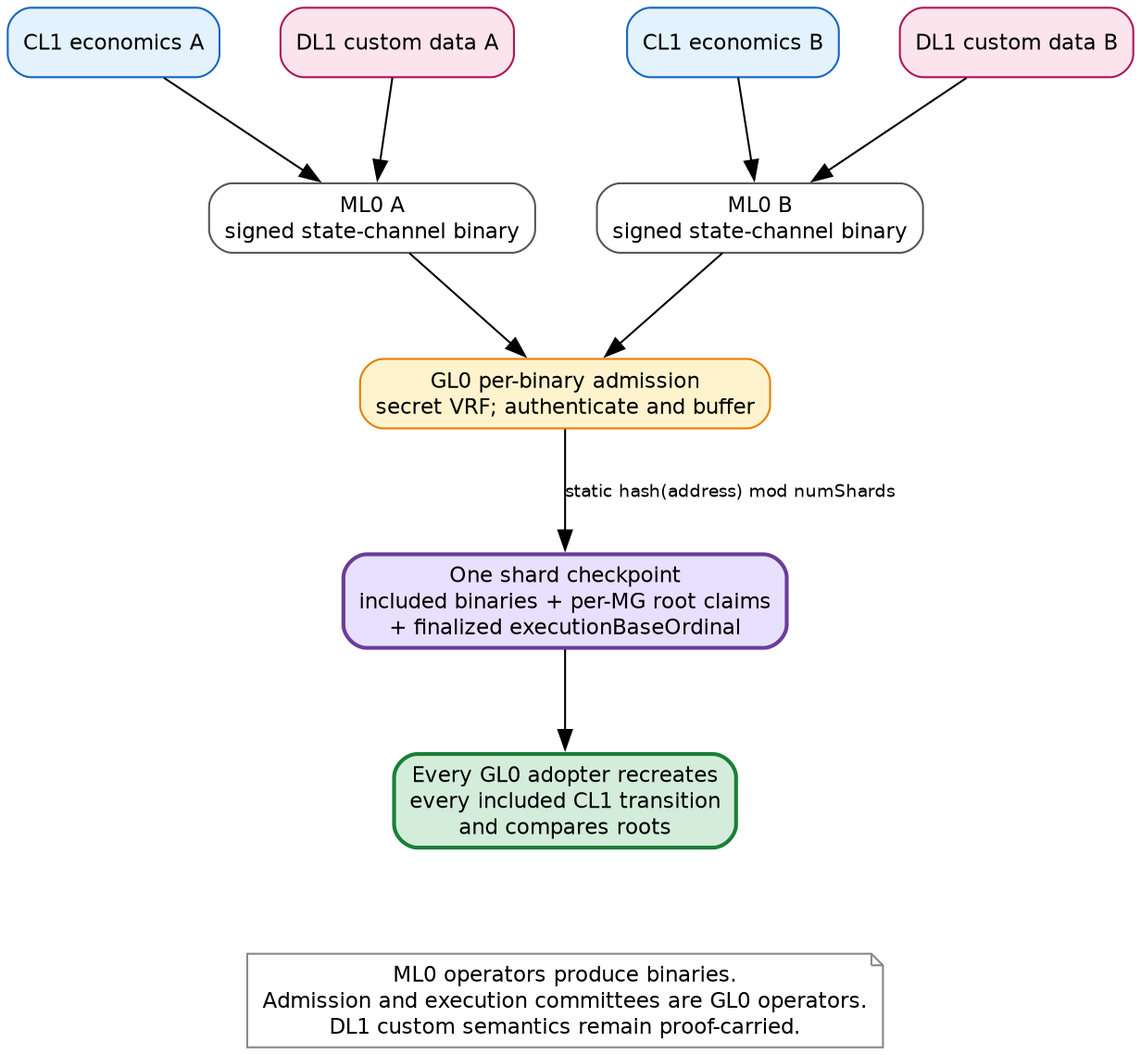
Earlier version of the Graphviz export docs/nakamoto/diagrams/2-metagraph-to-shard.png (ottobot-ai/tessellation). Its source is kept beside it as docs/nakamoto/diagrams/2-metagraph-to-shard.dot.
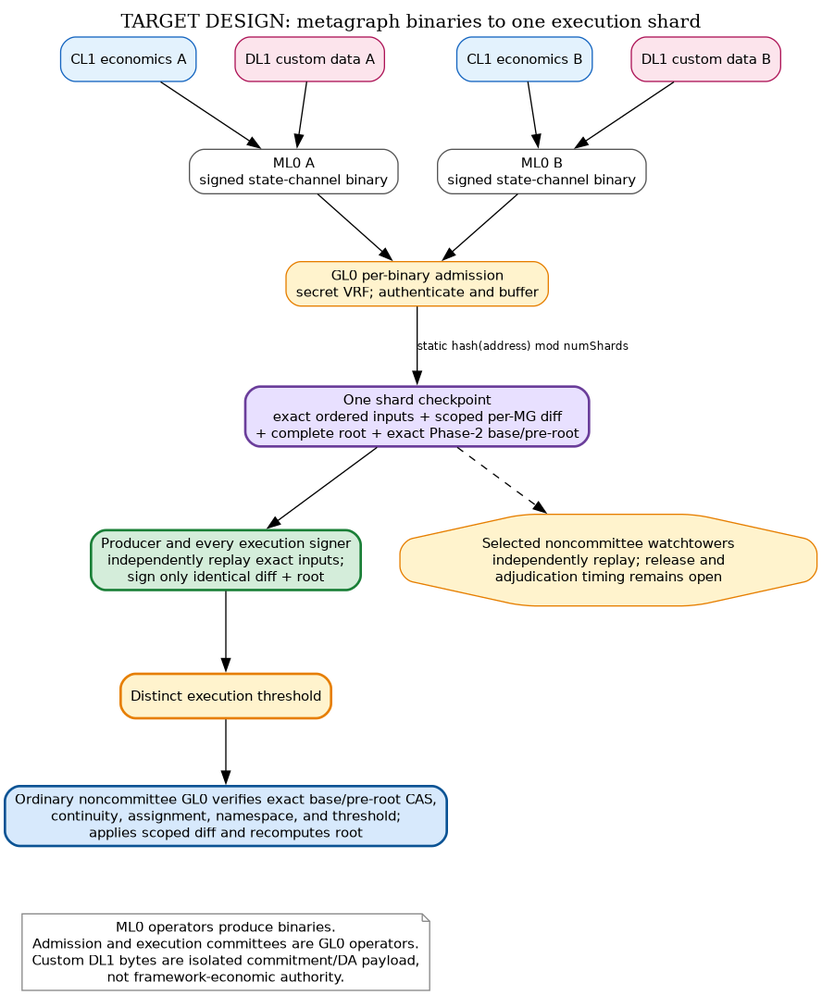
Above is the later version.

What changed in the source:
```diff
@@ -1,5 +1,8 @@
 
 digraph metagraph_to_shard {
+  label="TARGET DESIGN: metagraph binaries to one execution shard";
+  labelloc=t;
+  fontsize=15;
   rankdir=TB;
   ranksep=0.75;
   nodesep=0.45;
@@ -22,12 +25,17 @@
   ml0a -> admission;
   ml0b -> admission;
 
-  checkpoint [label="One shard checkpoint\nincluded binaries + per-MG root claims\n+ finalized executionBaseOrdinal", fillcolor="#E8E0FF", color="#6A3D9A", penwidth=2];
+  checkpoint [label="One shard checkpoint\nexact ordered inputs + scoped per-MG diff\n+ complete root + exact Phase-2 base/pre-root", fillcolor="#E8E0FF", color="#6A3D9A", penwidth=2];
   admission -> checkpoint [label="static hash(address) mod numShards"];
 
-  replay [label="Every GL0 adopter recreates\nevery included CL1 transition\nand compares roots", fillcolor="#D4EDDA", color="#1A7F37", penwidth=2];
-  checkpoint -> replay;
+  replay [label="Producer and every execution signer\nindependently replay exact inputs;\nsign only identical diff + root", fillcolor="#D4EDDA", color="#1A7F37", penwidth=2];
+  threshold [label="Distinct execution threshold", fillcolor="#FFF3CD", color="#E67E00", penwidth=2];
+  adopt [label="Ordinary noncommittee GL0 verifies exact base/pre-root CAS,\ncontinuity, assignment, namespace, and threshold;\napplies scoped diff and recomputes root", fillcolor="#D7E9FC", color="#0B5394", penwidth=2];
+  checkpoint -> replay -> threshold -> adopt;
 
-  note [shape=note, label="ML0 operators produce binaries.\nAdmission and execution committees are GL0 operators.\nDL1 custom semantics remain proof-carried.", fillcolor="#FFFFFF", color="#888888"];
-  replay -> note [style=invis];
+  watchtower [shape=octagon, label="Selected noncommittee watchtowers\nindependently replay; release and\nadjudication timing remains open", fillcolor="#FFF3CD", color="#E67E00"];
+  checkpoint -> watchtower [style=dashed];
+
+  note [shape=note, label="ML0 operators produce binaries.\nAdmission and execution committees are GL0 operators.\nCustom DL1 bytes are isolated commitment/DA payload,\nnot framework-economic authority.", fillcolor="#FFFFFF", color="#888888"];
+  adopt -> note [style=invis];
 }
```
